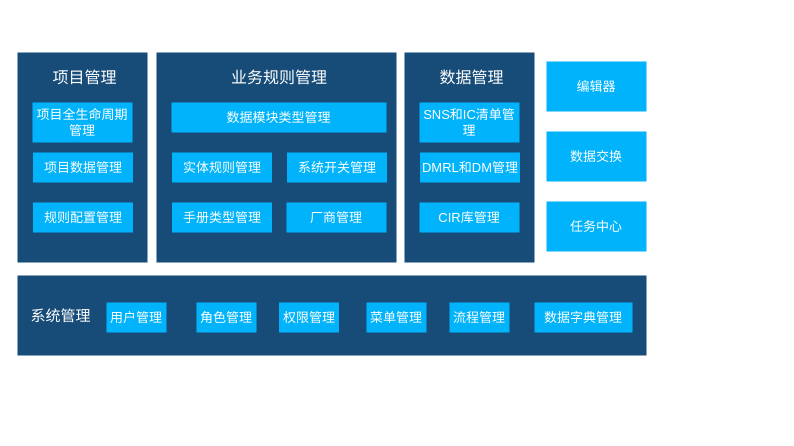
This is csdb/CSDB 业务架构图.drawio from DemonHan/KuickBuy, a draw.io file, before an edit. Source tidied: cells renumbered, new cells numbered last; positions are measured from the earlier drawing's top-left corner, leaving out a move shared by most shapes. Both pictures are drawn from the tidied source at 100%, with x=0, y=0 at pixel (17, 52).
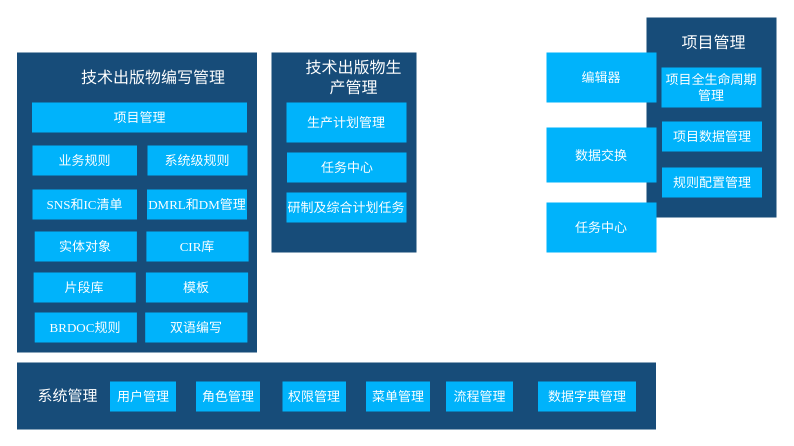
The same diagram, later.

Commit message (it also covers changes not shown here):
更新CSDB 业务架构图.drawio

Diff of the diagram source:
```diff
@@
-    <mxCell id="2" style="rounded=0;whiteSpace=wrap;html=1;fillColor=light-dark(#174c79, #6894c8);strokeColor=none;" parent="1" vertex="1">
-      <mxGeometry width="130" height="210" as="geometry" />
+    <mxCell id="2" style="rounded=0;whiteSpace=wrap;html=1;fillColor=light-dark(#174c79, #6894c8);strokeColor=none;fontFamily=Times New Roman;" parent="1" vertex="1">
+      <mxGeometry x="629" y="-35" width="130" height="200" as="geometry" />
     </mxCell>
-    <mxCell id="3" value="&lt;font style=&quot;color: rgb(255, 255, 255); font-size: 13px;&quot;&gt;项目全生命周期管理&lt;/font&gt;" style="rounded=0;whiteSpace=wrap;html=1;fillColor=light-dark(#00b3fb, #1e4a76);strokeColor=none;" parent="1" vertex="1">
-      <mxGeometry x="15" y="50" width="100" height="40" as="geometry" />
+    <mxCell id="3" value="&lt;font style=&quot;color: rgb(255, 255, 255); font-size: 13px;&quot;&gt;项目全生命周期管理&lt;/font&gt;" style="rounded=0;whiteSpace=wrap;html=1;fillColor=light-dark(#00b3fb, #1e4a76);strokeColor=none;fontFamily=Times New Roman;" parent="1" vertex="1">
+      <mxGeometry x="644" y="15" width="100" height="40" as="geometry" />
     </mxCell>
-    <mxCell id="4" value="项目管理" style="text;html=1;align=center;verticalAlign=middle;whiteSpace=wrap;rounded=0;fontColor=light-dark(#ffffff, #ededed);fontSize=16;" parent="1" vertex="1">
-      <mxGeometry x="30" y="10" width="75" height="30" as="geometry" />
+    <mxCell id="4" value="项目管理" style="text;html=1;align=center;verticalAlign=middle;whiteSpace=wrap;rounded=0;fontColor=light-dark(#ffffff, #ededed);fontSize=16;fontFamily=Times New Roman;" parent="1" vertex="1">
+      <mxGeometry x="659" y="-25" width="75" height="30" as="geometry" />
     </mxCell>
-    <mxCell id="5" value="&lt;font color=&quot;#ffffff&quot;&gt;&lt;span style=&quot;font-size: 13px;&quot;&gt;项目数据管理&lt;/span&gt;&lt;/font&gt;" style="rounded=0;whiteSpace=wrap;html=1;fillColor=light-dark(#00b3fb, #1e4a76);strokeColor=none;" parent="1" vertex="1">
-      <mxGeometry x="15.5" y="100" width="100" height="30" as="geometry" />
+    <mxCell id="5" value="&lt;font color=&quot;#ffffff&quot;&gt;&lt;span style=&quot;font-size: 13px;&quot;&gt;项目数据管理&lt;/span&gt;&lt;/font&gt;" style="rounded=0;whiteSpace=wrap;html=1;fillColor=light-dark(#00b3fb, #1e4a76);strokeColor=none;fontFamily=Times New Roman;" parent="1" vertex="1">
+      <mxGeometry x="644.5" y="69" width="100" height="30" as="geometry" />
     </mxCell>
-    <mxCell id="6" value="&lt;font color=&quot;#ffffff&quot;&gt;&lt;span style=&quot;font-size: 13px;&quot;&gt;规则配置管理&lt;/span&gt;&lt;/font&gt;" style="rounded=0;whiteSpace=wrap;html=1;fillColor=light-dark(#00b3fb, #1e4a76);strokeColor=none;" parent="1" vertex="1">
-      <mxGeometry x="15.5" y="150" width="100" height="30" as="geometry" />
+    <mxCell id="6" value="&lt;font color=&quot;#ffffff&quot;&gt;&lt;span style=&quot;font-size: 13px;&quot;&gt;规则配置管理&lt;/span&gt;&lt;/font&gt;" style="rounded=0;whiteSpace=wrap;html=1;fillColor=light-dark(#00b3fb, #1e4a76);strokeColor=none;fontFamily=Times New Roman;" parent="1" vertex="1">
+      <mxGeometry x="644.5" y="115" width="100" height="30" as="geometry" />
     </mxCell>
-    <mxCell id="7" style="rounded=0;whiteSpace=wrap;html=1;fillColor=light-dark(#174c79, #6894c8);strokeColor=none;" parent="1" vertex="1">
-      <mxGeometry x="139" width="240" height="210" as="geometry" />
+    <mxCell id="7" style="rounded=0;whiteSpace=wrap;html=1;fillColor=light-dark(#174c79, #6894c8);strokeColor=none;fontFamily=Times New Roman;" parent="1" vertex="1">
+      <mxGeometry x="-0.5" width="240" height="300" as="geometry" />
     </mxCell>
-    <mxCell id="8" value="&lt;font color=&quot;#ffffff&quot;&gt;&lt;span style=&quot;font-size: 13px;&quot;&gt;数据模块类型管理&lt;/span&gt;&lt;/font&gt;" style="rounded=0;whiteSpace=wrap;html=1;fillColor=light-dark(#00b3fb, #1e4a76);strokeColor=none;" parent="1" vertex="1">
-      <mxGeometry x="154" y="50" width="215" height="30" as="geometry" />
+    <mxCell id="8" value="&lt;font color=&quot;#ffffff&quot;&gt;&lt;span style=&quot;font-size: 13px;&quot;&gt;项目管理&lt;/span&gt;&lt;/font&gt;" style="rounded=0;whiteSpace=wrap;html=1;fillColor=light-dark(#00b3fb, #1e4a76);strokeColor=none;fontFamily=Times New Roman;" parent="1" vertex="1">
+      <mxGeometry x="14.5" y="50" width="215" height="30" as="geometry" />
     </mxCell>
-    <mxCell id="9" value="业务规则管理" style="text;html=1;align=center;verticalAlign=middle;whiteSpace=wrap;rounded=0;fontColor=light-dark(#ffffff, #ededed);fontSize=16;" parent="1" vertex="1">
-      <mxGeometry x="201.5" y="10" width="120" height="30" as="geometry" />
+    <mxCell id="9" value="&lt;p class=&quot;MsoNormal&quot;&gt;&lt;span style=&quot;&quot;&gt;&lt;font&gt;技术出版物编写管理&lt;/font&gt;&lt;/span&gt;&lt;/p&gt;" style="text;html=1;align=center;verticalAlign=middle;whiteSpace=wrap;rounded=0;fontColor=light-dark(#ffffff, #ededed);fontSize=16;fontFamily=Times New Roman;" parent="1" vertex="1">
+      <mxGeometry x="62" y="10" width="147.5" height="30" as="geometry" />
     </mxCell>
-    <mxCell id="10" value="&lt;font color=&quot;#ffffff&quot;&gt;&lt;span style=&quot;font-size: 13px;&quot;&gt;实体规则管理&lt;/span&gt;&lt;/font&gt;" style="rounded=0;whiteSpace=wrap;html=1;fillColor=light-dark(#00b3fb, #1e4a76);strokeColor=none;" parent="1" vertex="1">
-      <mxGeometry x="154.5" y="100" width="100" height="30" as="geometry" />
+    <mxCell id="10" value="&lt;font color=&quot;#ffffff&quot;&gt;&lt;span style=&quot;font-size: 13px;&quot;&gt;业务规则&lt;/span&gt;&lt;/font&gt;" style="rounded=0;whiteSpace=wrap;html=1;fillColor=light-dark(#00b3fb, #1e4a76);strokeColor=none;fontFamily=Times New Roman;" parent="1" vertex="1">
+      <mxGeometry x="15" y="93" width="104.5" height="30" as="geometry" />
     </mxCell>
-    <mxCell id="11" value="&lt;font color=&quot;#ffffff&quot;&gt;&lt;span style=&quot;font-size: 13px;&quot;&gt;手册类型管理&lt;/span&gt;&lt;/font&gt;" style="rounded=0;whiteSpace=wrap;html=1;fillColor=light-dark(#00b3fb, #1e4a76);strokeColor=none;" parent="1" vertex="1">
-      <mxGeometry x="154.5" y="150" width="100" height="30" as="geometry" />
+    <mxCell id="11" value="&lt;font color=&quot;#ffffff&quot;&gt;&lt;span style=&quot;font-size: 13px;&quot;&gt;SNS和IC清单&lt;/span&gt;&lt;/font&gt;" style="rounded=0;whiteSpace=wrap;html=1;fillColor=light-dark(#00b3fb, #1e4a76);strokeColor=none;fontFamily=Times New Roman;" parent="1" vertex="1">
+      <mxGeometry x="15" y="137" width="104.5" height="30" as="geometry" />
     </mxCell>
-    <mxCell id="12" value="&lt;font color=&quot;#ffffff&quot;&gt;&lt;span style=&quot;font-size: 13px;&quot;&gt;系统开关管理&lt;/span&gt;&lt;/font&gt;" style="rounded=0;whiteSpace=wrap;html=1;fillColor=light-dark(#00b3fb, #1e4a76);strokeColor=none;" parent="1" vertex="1">
-      <mxGeometry x="269.5" y="100" width="100" height="30" as="geometry" />
+    <mxCell id="12" value="&lt;font color=&quot;#ffffff&quot;&gt;&lt;span style=&quot;font-size: 13px;&quot;&gt;系统级规则&lt;/span&gt;&lt;/font&gt;" style="rounded=0;whiteSpace=wrap;html=1;fillColor=light-dark(#00b3fb, #1e4a76);strokeColor=none;fontFamily=Times New Roman;" parent="1" vertex="1">
+      <mxGeometry x="130" y="93" width="100" height="30" as="geometry" />
     </mxCell>
-    <mxCell id="13" value="&lt;font color=&quot;#ffffff&quot;&gt;&lt;span style=&quot;font-size: 13px;&quot;&gt;厂商管理&lt;/span&gt;&lt;/font&gt;" style="rounded=0;whiteSpace=wrap;html=1;fillColor=light-dark(#00b3fb, #1e4a76);strokeColor=none;" parent="1" vertex="1">
-      <mxGeometry x="269" y="150" width="100" height="30" as="geometry" />
+    <mxCell id="13" value="&lt;font color=&quot;#ffffff&quot;&gt;&lt;span style=&quot;font-size: 13px;&quot;&gt;DMRL和DM管理&lt;/span&gt;&lt;/font&gt;" style="rounded=0;whiteSpace=wrap;html=1;fillColor=light-dark(#00b3fb, #1e4a76);strokeColor=none;fontFamily=Times New Roman;" parent="1" vertex="1">
+      <mxGeometry x="129.5" y="137" width="100" height="30" as="geometry" />
     </mxCell>
-    <mxCell id="14" style="rounded=0;whiteSpace=wrap;html=1;fillColor=light-dark(#174c79, #6894c8);strokeColor=none;" parent="1" vertex="1">
-      <mxGeometry x="387" width="130" height="210" as="geometry" />
+    <mxCell id="14" style="rounded=0;whiteSpace=wrap;html=1;fillColor=light-dark(#174c79, #6894c8);strokeColor=none;fontFamily=Times New Roman;" parent="1" vertex="1">
+      <mxGeometry x="254" width="145" height="200" as="geometry" />
     </mxCell>
-    <mxCell id="15" value="&lt;font color=&quot;#ffffff&quot;&gt;&lt;span style=&quot;font-size: 13px;&quot;&gt;SNS和IC清单管理&lt;/span&gt;&lt;/font&gt;" style="rounded=0;whiteSpace=wrap;html=1;fillColor=light-dark(#00b3fb, #1e4a76);strokeColor=none;" parent="1" vertex="1">
-      <mxGeometry x="402" y="50" width="100" height="40" as="geometry" />
+    <mxCell id="15" value="&lt;font color=&quot;#ffffff&quot;&gt;&lt;span style=&quot;font-size: 13px;&quot;&gt;生产计划管理&lt;/span&gt;&lt;/font&gt;" style="rounded=0;whiteSpace=wrap;html=1;fillColor=light-dark(#00b3fb, #1e4a76);strokeColor=none;fontFamily=Times New Roman;" parent="1" vertex="1">
+      <mxGeometry x="269" y="50" width="120" height="40" as="geometry" />
     </mxCell>
-    <mxCell id="16" value="数据管理" style="text;html=1;align=center;verticalAlign=middle;whiteSpace=wrap;rounded=0;fontColor=light-dark(#ffffff, #ededed);fontSize=16;" parent="1" vertex="1">
-      <mxGeometry x="417" y="10" width="75" height="30" as="geometry" />
+    <mxCell id="16" value="技术出版物生产管理" style="text;html=1;align=center;verticalAlign=middle;whiteSpace=wrap;rounded=0;fontColor=light-dark(#ffffff, #ededed);fontSize=16;fontFamily=Times New Roman;" parent="1" vertex="1">
+      <mxGeometry x="284" y="10" width="105" height="30" as="geometry" />
     </mxCell>
-    <mxCell id="17" value="&lt;font color=&quot;#ffffff&quot;&gt;&lt;span style=&quot;font-size: 13px;&quot;&gt;DMRL和DM管理&lt;/span&gt;&lt;/font&gt;" style="rounded=0;whiteSpace=wrap;html=1;fillColor=light-dark(#00b3fb, #1e4a76);strokeColor=none;" parent="1" vertex="1">
-      <mxGeometry x="402.5" y="100" width="100" height="30" as="geometry" />
+    <mxCell id="17" value="&lt;font color=&quot;#ffffff&quot;&gt;&lt;span style=&quot;font-size: 13px;&quot;&gt;任务中心&lt;/span&gt;&lt;/font&gt;" style="rounded=0;whiteSpace=wrap;html=1;fillColor=light-dark(#00b3fb, #1e4a76);strokeColor=none;fontFamily=Times New Roman;" parent="1" vertex="1">
+      <mxGeometry x="269.5" y="100" width="119.5" height="30" as="geometry" />
     </mxCell>
-    <mxCell id="18" value="&lt;font color=&quot;#ffffff&quot;&gt;&lt;span style=&quot;font-size: 13px;&quot;&gt;CIR库管理&lt;/span&gt;&lt;/font&gt;" style="rounded=0;whiteSpace=wrap;html=1;fillColor=light-dark(#00b3fb, #1e4a76);strokeColor=none;" parent="1" vertex="1">
-      <mxGeometry x="402" y="150" width="100" height="30" as="geometry" />
+    <mxCell id="18" value="&lt;font color=&quot;#ffffff&quot;&gt;&lt;span style=&quot;font-size: 13px;&quot;&gt;研制及综合计划任务&lt;/span&gt;&lt;/font&gt;" style="rounded=0;whiteSpace=wrap;html=1;fillColor=light-dark(#00b3fb, #1e4a76);strokeColor=none;fontFamily=Times New Roman;" parent="1" vertex="1">
+      <mxGeometry x="269" y="140" width="120" height="30" as="geometry" />
     </mxCell>
-    <mxCell id="19" style="rounded=0;whiteSpace=wrap;html=1;fillColor=light-dark(#174c79, #6894c8);strokeColor=none;" parent="1" vertex="1">
-      <mxGeometry y="223" width="629" height="80" as="geometry" />
+    <mxCell id="19" style="rounded=0;whiteSpace=wrap;html=1;fillColor=light-dark(#174c79, #6894c8);strokeColor=none;fontFamily=Times New Roman;" parent="1" vertex="1">
+      <mxGeometry x="-0.5" y="310" width="639" height="67" as="geometry" />
     </mxCell>
-    <mxCell id="20" value="系统管理" style="text;html=1;align=center;verticalAlign=middle;whiteSpace=wrap;rounded=0;fontColor=light-dark(#ffffff, #ededed);fontSize=15;" parent="1" vertex="1">
-      <mxGeometry x="5.5" y="248" width="75" height="30" as="geometry" />
+    <mxCell id="20" value="系统管理" style="text;html=1;align=center;verticalAlign=middle;whiteSpace=wrap;rounded=0;fontColor=light-dark(#ffffff, #ededed);fontSize=15;fontFamily=Times New Roman;" parent="1" vertex="1">
+      <mxGeometry x="12.5" y="328" width="75" height="30" as="geometry" />
     </mxCell>
-    <mxCell id="21" value="&lt;font color=&quot;#ffffff&quot;&gt;&lt;span style=&quot;font-size: 13px;&quot;&gt;用户管理&lt;/span&gt;&lt;/font&gt;" style="rounded=0;whiteSpace=wrap;html=1;fillColor=light-dark(#00b3fb, #1e4a76);strokeColor=none;" parent="1" vertex="1">
-      <mxGeometry x="89" y="250" width="60" height="30" as="geometry" />
+    <mxCell id="21" value="&lt;font color=&quot;#ffffff&quot;&gt;&lt;span style=&quot;font-size: 13px;&quot;&gt;用户管理&lt;/span&gt;&lt;/font&gt;" style="rounded=0;whiteSpace=wrap;html=1;fillColor=light-dark(#00b3fb, #1e4a76);strokeColor=none;fontFamily=Times New Roman;" parent="1" vertex="1">
+      <mxGeometry x="92.5" y="329" width="66" height="30" as="geometry" />
     </mxCell>
-    <mxCell id="22" value="&lt;font color=&quot;#ffffff&quot;&gt;&lt;span style=&quot;font-size: 13px;&quot;&gt;角色管理&lt;/span&gt;&lt;/font&gt;" style="rounded=0;whiteSpace=wrap;html=1;fillColor=light-dark(#00b3fb, #1e4a76);strokeColor=none;" parent="1" vertex="1">
-      <mxGeometry x="179" y="250" width="60" height="30" as="geometry" />
+    <mxCell id="22" value="&lt;font color=&quot;#ffffff&quot;&gt;&lt;span style=&quot;font-size: 13px;&quot;&gt;角色管理&lt;/span&gt;&lt;/font&gt;" style="rounded=0;whiteSpace=wrap;html=1;fillColor=light-dark(#00b3fb, #1e4a76);strokeColor=none;fontFamily=Times New Roman;" parent="1" vertex="1">
+      <mxGeometry x="178.5" y="329" width="64" height="30" as="geometry" />
     </mxCell>
-    <mxCell id="23" value="&lt;font color=&quot;#ffffff&quot;&gt;&lt;span style=&quot;font-size: 13px;&quot;&gt;权限管理&lt;/span&gt;&lt;/font&gt;" style="rounded=0;whiteSpace=wrap;html=1;fillColor=light-dark(#00b3fb, #1e4a76);strokeColor=none;" parent="1" vertex="1">
-      <mxGeometry x="261.5" y="250" width="60" height="30" as="geometry" />
+    <mxCell id="23" value="&lt;font color=&quot;#ffffff&quot;&gt;&lt;span style=&quot;font-size: 13px;&quot;&gt;权限管理&lt;/span&gt;&lt;/font&gt;" style="rounded=0;whiteSpace=wrap;html=1;fillColor=light-dark(#00b3fb, #1e4a76);strokeColor=none;fontFamily=Times New Roman;" parent="1" vertex="1">
+      <mxGeometry x="265" y="329" width="63.5" height="30" as="geometry" />
     </mxCell>
-    <mxCell id="24" value="&lt;font color=&quot;#ffffff&quot;&gt;&lt;span style=&quot;font-size: 13px;&quot;&gt;菜单管理&lt;/span&gt;&lt;/font&gt;" style="rounded=0;whiteSpace=wrap;html=1;fillColor=light-dark(#00b3fb, #1e4a76);strokeColor=none;" parent="1" vertex="1">
-      <mxGeometry x="349" y="250" width="60" height="30" as="geometry" />
+    <mxCell id="24" value="&lt;font color=&quot;#ffffff&quot;&gt;&lt;span style=&quot;font-size: 13px;&quot;&gt;菜单管理&lt;/span&gt;&lt;/font&gt;" style="rounded=0;whiteSpace=wrap;html=1;fillColor=light-dark(#00b3fb, #1e4a76);strokeColor=none;fontFamily=Times New Roman;" parent="1" vertex="1">
+      <mxGeometry x="348.5" y="329" width="64" height="30" as="geometry" />
     </mxCell>
-    <mxCell id="25" value="&lt;font color=&quot;#ffffff&quot;&gt;&lt;span style=&quot;font-size: 13px;&quot;&gt;流程管理&lt;/span&gt;&lt;/font&gt;" style="rounded=0;whiteSpace=wrap;html=1;fillColor=light-dark(#00b3fb, #1e4a76);strokeColor=none;" parent="1" vertex="1">
-      <mxGeometry x="432" y="250" width="60" height="30" as="geometry" />
+    <mxCell id="25" value="&lt;font color=&quot;#ffffff&quot;&gt;&lt;span style=&quot;font-size: 13px;&quot;&gt;流程管理&lt;/span&gt;&lt;/font&gt;" style="rounded=0;whiteSpace=wrap;html=1;fillColor=light-dark(#00b3fb, #1e4a76);strokeColor=none;fontFamily=Times New Roman;" parent="1" vertex="1">
+      <mxGeometry x="428.5" y="329" width="67" height="30" as="geometry" />
     </mxCell>
-    <mxCell id="26" value="&lt;font color=&quot;#ffffff&quot;&gt;&lt;span style=&quot;font-size: 13px;&quot;&gt;数据字典管理&lt;/span&gt;&lt;/font&gt;" style="rounded=0;whiteSpace=wrap;html=1;fillColor=light-dark(#00b3fb, #1e4a76);strokeColor=none;" parent="1" vertex="1">
-      <mxGeometry x="517" y="250" width="98" height="30" as="geometry" />
+    <mxCell id="26" value="&lt;font color=&quot;#ffffff&quot;&gt;&lt;span style=&quot;font-size: 13px;&quot;&gt;数据字典管理&lt;/span&gt;&lt;/font&gt;" style="rounded=0;whiteSpace=wrap;html=1;fillColor=light-dark(#00b3fb, #1e4a76);strokeColor=none;fontFamily=Times New Roman;" parent="1" vertex="1">
+      <mxGeometry x="520.5" y="329" width="98" height="30" as="geometry" />
     </mxCell>
-    <mxCell id="27" value="&lt;font color=&quot;#ffffff&quot;&gt;&lt;span style=&quot;font-size: 13px;&quot;&gt;编辑器&lt;/span&gt;&lt;/font&gt;" style="rounded=0;whiteSpace=wrap;html=1;fillColor=light-dark(#00b3fb, #1e4a76);strokeColor=none;" parent="1" vertex="1">
-      <mxGeometry x="529" y="9" width="100" height="50" as="geometry" />
+    <mxCell id="27" value="&lt;font color=&quot;#ffffff&quot;&gt;&lt;span style=&quot;font-size: 13px;&quot;&gt;编辑器&lt;/span&gt;&lt;/font&gt;" style="rounded=0;whiteSpace=wrap;html=1;fillColor=light-dark(#00b3fb, #1e4a76);strokeColor=none;fontFamily=Times New Roman;" parent="1" vertex="1">
+      <mxGeometry x="529" width="110" height="50" as="geometry" />
     </mxCell>
-    <mxCell id="28" value="&lt;font color=&quot;#ffffff&quot;&gt;&lt;span style=&quot;font-size: 13px;&quot;&gt;数据交换&lt;/span&gt;&lt;/font&gt;" style="rounded=0;whiteSpace=wrap;html=1;fillColor=light-dark(#00b3fb, #1e4a76);strokeColor=none;" parent="1" vertex="1">
-      <mxGeometry x="529" y="79" width="100" height="50" as="geometry" />
+    <mxCell id="28" value="&lt;font color=&quot;#ffffff&quot;&gt;&lt;span style=&quot;font-size: 13px;&quot;&gt;数据交换&lt;/span&gt;&lt;/font&gt;" style="rounded=0;whiteSpace=wrap;html=1;fillColor=light-dark(#00b3fb, #1e4a76);strokeColor=none;fontFamily=Times New Roman;" parent="1" vertex="1">
+      <mxGeometry x="529" y="75" width="110" height="55" as="geometry" />
     </mxCell>
-    <mxCell id="29" value="&lt;font color=&quot;#ffffff&quot;&gt;&lt;span style=&quot;font-size: 13px;&quot;&gt;任务中心&lt;/span&gt;&lt;/font&gt;" style="rounded=0;whiteSpace=wrap;html=1;fillColor=light-dark(#00b3fb, #1e4a76);strokeColor=none;" parent="1" vertex="1">
-      <mxGeometry x="529" y="149" width="100" height="50" as="geometry" />
+    <mxCell id="29" value="&lt;font color=&quot;#ffffff&quot;&gt;&lt;span style=&quot;font-size: 13px;&quot;&gt;任务中心&lt;/span&gt;&lt;/font&gt;" style="rounded=0;whiteSpace=wrap;html=1;fillColor=light-dark(#00b3fb, #1e4a76);strokeColor=none;fontFamily=Times New Roman;" parent="1" vertex="1">
+      <mxGeometry x="529" y="150" width="110" height="50" as="geometry" />
     </mxCell>
+    <mxCell id="30" value="&lt;font color=&quot;#ffffff&quot;&gt;&lt;span style=&quot;font-size: 13px;&quot;&gt;实体对象&lt;/span&gt;&lt;/font&gt;" style="rounded=0;whiteSpace=wrap;html=1;fillColor=light-dark(#00b3fb, #1e4a76);strokeColor=none;fontFamily=Times New Roman;" parent="1" vertex="1">
+      <mxGeometry x="17.2" y="179" width="102.2" height="30" as="geometry" />
+    </mxCell>
+    <mxCell id="31" value="&lt;font color=&quot;#ffffff&quot;&gt;&lt;span style=&quot;font-size: 13px;&quot;&gt;CIR库&lt;/span&gt;&lt;/font&gt;" style="rounded=0;whiteSpace=wrap;html=1;fillColor=light-dark(#00b3fb, #1e4a76);strokeColor=none;fontFamily=Times New Roman;" parent="1" vertex="1">
+      <mxGeometry x="128.9" y="179" width="102.2" height="30" as="geometry" />
+    </mxCell>
+    <mxCell id="32" value="&lt;font color=&quot;#ffffff&quot;&gt;&lt;span style=&quot;font-size: 13px;&quot;&gt;片段库&lt;/span&gt;&lt;/font&gt;" style="rounded=0;whiteSpace=wrap;html=1;fillColor=light-dark(#00b3fb, #1e4a76);strokeColor=none;fontFamily=Times New Roman;" parent="1" vertex="1">
+      <mxGeometry x="16.1" y="220" width="102.2" height="30" as="geometry" />
+    </mxCell>
+    <mxCell id="33" value="&lt;font color=&quot;#ffffff&quot;&gt;&lt;span style=&quot;font-size: 13px;&quot;&gt;模板&lt;/span&gt;&lt;/font&gt;" style="rounded=0;whiteSpace=wrap;html=1;fillColor=light-dark(#00b3fb, #1e4a76);strokeColor=none;fontFamily=Times New Roman;" parent="1" vertex="1">
+      <mxGeometry x="128.4" y="220" width="102.2" height="30" as="geometry" />
+    </mxCell>
+    <mxCell id="34" value="&lt;font color=&quot;#ffffff&quot;&gt;&lt;span style=&quot;font-size: 13px;&quot;&gt;BRDOC规则&lt;/span&gt;&lt;/font&gt;" style="rounded=0;whiteSpace=wrap;html=1;fillColor=light-dark(#00b3fb, #1e4a76);strokeColor=none;fontFamily=Times New Roman;" parent="1" vertex="1">
+      <mxGeometry x="17.2" y="260" width="102.2" height="30" as="geometry" />
+    </mxCell>
+    <mxCell id="35" value="&lt;font color=&quot;#ffffff&quot;&gt;&lt;span style=&quot;font-size: 13px;&quot;&gt;双语编写&lt;/span&gt;&lt;/font&gt;" style="rounded=0;whiteSpace=wrap;html=1;fillColor=light-dark(#00b3fb, #1e4a76);strokeColor=none;fontFamily=Times New Roman;" parent="1" vertex="1">
+      <mxGeometry x="127.7" y="260" width="102.2" height="30" as="geometry" />
+    </mxCell>
```
